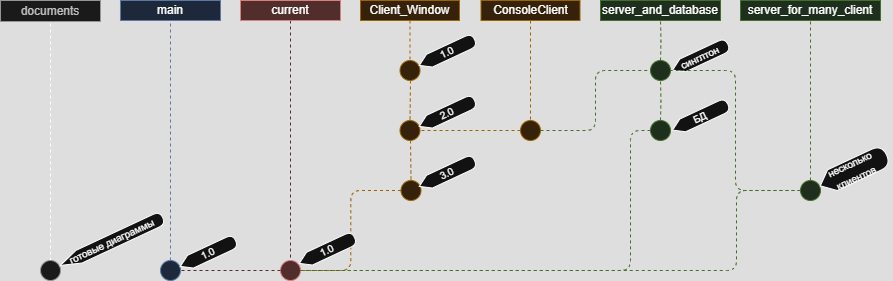
Above: Gitflow диаграмма.drawio.png in Mark-Lender-241-3211/MyTeamProject (draw.io), before the change. Source tidied: cells renumbered, new cells last; positions are measured from the earlier drawing's top-left corner, leaving out a move shared by most shapes.
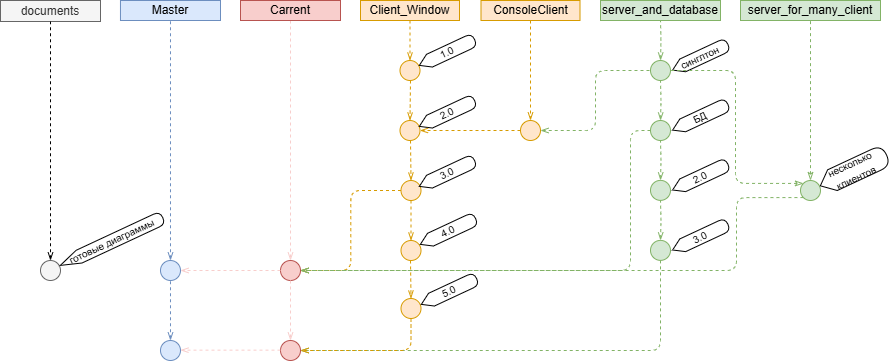
Later version of the same file.

Commit message:
Актуализировал структуру веток

Change to the diagram source:
```diff
@@ -2,25 +2,25 @@
   <root>
     <mxCell id="0" />
     <mxCell id="1" parent="0" />
-    <mxCell id="2" style="endArrow=none;dashed=1;html=1;fillColor=#dae8fc;strokeColor=#6c8ebf;exitX=0.5;exitY=0;exitDx=0;exitDy=0;" parent="1" edge="1" source="3" target="4">
+    <mxCell id="2" style="endArrow=none;dashed=1;html=1;fillColor=#dae8fc;strokeColor=#6c8ebf;exitX=0.5;exitY=0;exitDx=0;exitDy=0;endFill=0;startArrow=openThin;startFill=0;" parent="1" edge="1" source="3" target="4">
       <mxGeometry relative="1" as="geometry" />
     </mxCell>
     <mxCell id="3" style="ellipse;whiteSpace=wrap;html=1;fillColor=#dae8fc;strokeColor=#6c8ebf;fontStyle=1;labelPosition=right;verticalLabelPosition=top;align=center;verticalAlign=bottom;fontColor=#0066CC;" parent="1" vertex="1">
       <mxGeometry x="160" y="260" width="20" height="20" as="geometry" />
     </mxCell>
-    <mxCell id="4" value="main" style="text;html=1;strokeColor=#6c8ebf;fillColor=#dae8fc;align=center;verticalAlign=middle;whiteSpace=wrap;rounded=0;" parent="1" vertex="1">
+    <mxCell id="4" value="Master" style="text;html=1;strokeColor=#6c8ebf;fillColor=#dae8fc;align=center;verticalAlign=middle;whiteSpace=wrap;rounded=0;" parent="1" vertex="1">
       <mxGeometry x="120" width="100" height="20" as="geometry" />
     </mxCell>
     <mxCell id="5" style="ellipse;whiteSpace=wrap;html=1;fillColor=#f8cecc;strokeColor=#b85450;" parent="1" vertex="1">
       <mxGeometry x="280" y="260" width="20" height="20" as="geometry" />
     </mxCell>
-    <mxCell id="6" style="endArrow=none;dashed=1;html=1;fillColor=#dae8fc;strokeColor=#f8cecc;exitX=0.5;exitY=1;exitDx=0;exitDy=0;" parent="1" edge="1" source="7" target="5">
+    <mxCell id="6" style="endArrow=openThin;dashed=1;html=1;fillColor=#dae8fc;strokeColor=#f8cecc;exitX=0.5;exitY=1;exitDx=0;exitDy=0;endFill=0;" parent="1" edge="1" source="7" target="5">
       <mxGeometry relative="1" as="geometry" />
     </mxCell>
-    <mxCell id="7" value="current" style="text;html=1;strokeColor=#b85450;fillColor=#f8cecc;align=center;verticalAlign=middle;whiteSpace=wrap;rounded=0;" parent="1" vertex="1">
+    <mxCell id="7" value="Carrent" style="text;html=1;strokeColor=#b85450;fillColor=#f8cecc;align=center;verticalAlign=middle;whiteSpace=wrap;rounded=0;" parent="1" vertex="1">
       <mxGeometry x="240" width="100" height="20" as="geometry" />
     </mxCell>
-    <mxCell id="8" style="edgeStyle=orthogonalEdgeStyle;rounded=1;jettySize=auto;html=1;dashed=1;endArrow=none;endFill=0;fillColor=#d5e8d4;strokeColor=#82b366;" parent="1" edge="1" target="9">
+    <mxCell id="8" style="edgeStyle=orthogonalEdgeStyle;rounded=1;jettySize=auto;html=1;dashed=1;endArrow=none;endFill=0;fillColor=#d5e8d4;strokeColor=#82b366;startFill=0;startArrow=openThin;" parent="1" edge="1" target="9">
       <mxGeometry relative="1" as="geometry">
         <mxPoint x="660" y="60" as="sourcePoint" />
       </mxGeometry>
@@ -31,7 +31,7 @@
     <mxCell id="10" style="ellipse;whiteSpace=wrap;html=1;fontSize=10;labelPosition=right;verticalLabelPosition=top;align=centrt;verticalAlign=bottom;fillColor=#ffe6cc;strokeColor=#d79b00;fontColor=#FFB570;" parent="1" vertex="1">
       <mxGeometry x="399.5" y="60" width="20" height="20" as="geometry" />
     </mxCell>
-    <mxCell id="11" style="endArrow=none;dashed=1;html=1;fillColor=#dae8fc;strokeColor=#d79b00;exitX=0.5;exitY=1;exitDx=0;exitDy=0;" parent="1" edge="1" source="12" target="10">
+    <mxCell id="11" style="endArrow=openThin;dashed=1;html=1;fillColor=#dae8fc;strokeColor=#d79b00;exitX=0.5;exitY=1;exitDx=0;exitDy=0;endFill=0;" parent="1" edge="1" source="12" target="10">
       <mxGeometry relative="1" as="geometry" />
     </mxCell>
     <mxCell id="12" value="Client_Window" style="text;html=1;strokeColor=#d79b00;fillColor=#ffe6cc;align=center;verticalAlign=middle;whiteSpace=wrap;rounded=0;fontSize=12;" parent="1" vertex="1">
@@ -46,7 +46,7 @@
     <mxCell id="15" value="ConsoleClient" style="text;html=1;strokeColor=#d79b00;fillColor=#ffe6cc;align=center;verticalAlign=middle;whiteSpace=wrap;rounded=0;fontSize=12;" parent="1" vertex="1">
       <mxGeometry x="480.5" width="99" height="20" as="geometry" />
     </mxCell>
-    <mxCell id="16" style="edgeStyle=orthogonalEdgeStyle;rounded=1;jettySize=auto;html=1;dashed=1;endArrow=none;endFill=0;" parent="1" edge="1" source="17" target="14">
+    <mxCell id="16" style="edgeStyle=orthogonalEdgeStyle;rounded=1;jettySize=auto;html=1;dashed=1;endArrow=none;endFill=0;startArrow=openThin;startFill=0;" parent="1" edge="1" source="17" target="14">
       <mxGeometry relative="1" as="geometry" />
     </mxCell>
     <mxCell id="17" style="ellipse;whiteSpace=wrap;html=1;fontSize=10;fontColor=#333333;fillColor=#f5f5f5;strokeColor=#666666;" parent="1" vertex="1">
@@ -55,10 +55,10 @@
     <mxCell id="18" style="ellipse;whiteSpace=wrap;html=1;fontSize=10;labelPosition=right;verticalLabelPosition=top;align=center;verticalAlign=bottom;fillColor=#ffe6cc;strokeColor=#d79b00;fontColor=#FFB570;" parent="1" vertex="1">
       <mxGeometry x="520" y="120" width="20" height="20" as="geometry" />
     </mxCell>
-    <mxCell id="19" style="endArrow=none;dashed=1;html=1;fillColor=#dae8fc;strokeColor=#d79b00;exitX=0.5;exitY=1;exitDx=0;exitDy=0;" parent="1" edge="1" source="15" target="18">
+    <mxCell id="19" style="endArrow=openThin;dashed=1;html=1;fillColor=#dae8fc;strokeColor=#d79b00;exitX=0.5;exitY=1;exitDx=0;exitDy=0;endFill=0;" parent="1" edge="1" source="15" target="18">
       <mxGeometry relative="1" as="geometry" />
     </mxCell>
-    <mxCell id="20" style="edgeStyle=orthogonalEdgeStyle;rounded=1;jettySize=auto;html=1;dashed=1;endArrow=none;endFill=0;fillColor=#d5e8d4;strokeColor=#82b366;entryX=0.5;entryY=1;entryDx=0;entryDy=0;exitX=0.5;exitY=0;exitDx=0;exitDy=0;" parent="1" edge="1" source="22" target="13">
+    <mxCell id="20" style="edgeStyle=orthogonalEdgeStyle;rounded=1;jettySize=auto;html=1;dashed=1;endArrow=none;endFill=0;fillColor=#d5e8d4;strokeColor=#82b366;entryX=0.5;entryY=1;entryDx=0;entryDy=0;exitX=0.5;exitY=0;exitDx=0;exitDy=0;startArrow=classicThin;startFill=0;" parent="1" edge="1" source="22" target="13">
       <mxGeometry relative="1" as="geometry" />
     </mxCell>
     <mxCell id="21" style="ellipse;whiteSpace=wrap;html=1;fontSize=10;labelPosition=right;verticalLabelPosition=top;align=center;verticalAlign=bottom;fillColor=#d5e8d4;strokeColor=#82b366;fontColor=#82b366;" parent="1" vertex="1">
@@ -76,7 +76,7 @@
     <mxCell id="25" style="ellipse;whiteSpace=wrap;html=1;fontSize=10;labelPosition=right;verticalLabelPosition=top;align=centrt;verticalAlign=bottom;fillColor=#ffe6cc;strokeColor=#d79b00;fontColor=#FFB570;" parent="1" vertex="1">
       <mxGeometry x="399.5" y="120" width="20" height="20" as="geometry" />
     </mxCell>
-    <mxCell id="26" style="endArrow=none;dashed=1;html=1;fillColor=#dae8fc;strokeColor=#d79b00;exitX=0.5;exitY=1;exitDx=0;exitDy=0;" parent="1" edge="1" target="25">
+    <mxCell id="26" style="endArrow=openThin;dashed=1;html=1;fillColor=#dae8fc;strokeColor=#d79b00;exitX=0.5;exitY=1;exitDx=0;exitDy=0;endFill=0;" parent="1" edge="1" target="25">
       <mxGeometry relative="1" as="geometry">
         <mxPoint x="410" y="80" as="sourcePoint" />
       </mxGeometry>
@@ -84,7 +84,7 @@
     <mxCell id="27" style="ellipse;whiteSpace=wrap;html=1;fontSize=10;labelPosition=right;verticalLabelPosition=top;align=centrt;verticalAlign=bottom;fillColor=#ffe6cc;strokeColor=#d79b00;fontColor=#FFB570;" parent="1" vertex="1">
       <mxGeometry x="400.5" y="180" width="20" height="20" as="geometry" />
     </mxCell>
-    <mxCell id="28" style="endArrow=none;dashed=1;html=1;fillColor=#dae8fc;strokeColor=#d79b00;exitX=0.5;exitY=1;exitDx=0;exitDy=0;edgeStyle=orthogonalEdgeStyle;" parent="1" edge="1" target="27">
+    <mxCell id="28" style="endArrow=openThin;dashed=1;html=1;fillColor=#dae8fc;strokeColor=#d79b00;exitX=0.5;exitY=1;exitDx=0;exitDy=0;edgeStyle=orthogonalEdgeStyle;endFill=0;" parent="1" edge="1" target="27">
       <mxGeometry relative="1" as="geometry">
         <mxPoint x="410" y="140" as="sourcePoint" />
       </mxGeometry>
@@ -95,7 +95,7 @@
     <mxCell id="30" value="&lt;font style=&quot;font-size: 10px;&quot;&gt;3.0&lt;br&gt;&lt;/font&gt;" style="shape=display;whiteSpace=wrap;html=1;rotation=-25;size=0.18278688524590314;" parent="1" vertex="1">
       <mxGeometry x="416" y="166" width="61" height="14" as="geometry" />
     </mxCell>
-    <mxCell id="31" style="edgeStyle=orthogonalEdgeStyle;rounded=1;orthogonalLoop=1;jettySize=auto;html=1;dashed=1;endArrow=none;endFill=0;fillColor=#d5e8d4;strokeColor=#82b366;" parent="1" edge="1">
+    <mxCell id="31" style="edgeStyle=orthogonalEdgeStyle;rounded=1;orthogonalLoop=1;jettySize=auto;html=1;dashed=1;endArrow=none;endFill=0;fillColor=#d5e8d4;strokeColor=#82b366;startFill=0;startArrow=openThin;" parent="1" edge="1">
       <mxGeometry relative="1" as="geometry">
         <mxPoint x="660" y="120" as="sourcePoint" />
         <mxPoint x="660" y="80" as="targetPoint" />
@@ -107,24 +107,24 @@
     <mxCell id="33" value="&lt;font style=&quot;font-size: 10px;&quot;&gt;БД&lt;/font&gt;" style="shape=display;whiteSpace=wrap;html=1;rotation=-25;size=0.18278688524590314;" parent="1" vertex="1">
       <mxGeometry x="669.3" y="109.7" width="61" height="14" as="geometry" />
     </mxCell>
-    <mxCell id="34" style="edgeStyle=orthogonalEdgeStyle;rounded=1;jettySize=auto;html=1;dashed=1;endArrow=none;endFill=0;fillColor=#d5e8d4;strokeColor=#82b366;entryX=1;entryY=0.5;entryDx=0;entryDy=0;exitX=0;exitY=0.5;exitDx=0;exitDy=0;" parent="1" edge="1" source="22" target="21">
+    <mxCell id="34" style="edgeStyle=orthogonalEdgeStyle;rounded=1;jettySize=auto;html=1;dashed=1;endArrow=none;endFill=0;fillColor=#d5e8d4;strokeColor=#82b366;entryX=1;entryY=0.5;entryDx=0;entryDy=0;exitX=0;exitY=0;exitDx=0;exitDy=0;startArrow=classicThin;startFill=0;" parent="1" edge="1" source="22" target="21">
       <mxGeometry relative="1" as="geometry" />
     </mxCell>
     <mxCell id="35" value="&lt;font style=&quot;font-size: 10px;&quot;&gt;несколько клиентов&lt;/font&gt;" style="shape=display;whiteSpace=wrap;html=1;rotation=-25;size=0.18278688524590314;" parent="1" vertex="1">
       <mxGeometry x="816.4" y="158.5" width="73" height="22.8" as="geometry" />
     </mxCell>
-    <mxCell id="36" style="endArrow=none;dashed=1;html=1;fillColor=#dae8fc;strokeColor=#d79b00;exitX=0;exitY=0.5;exitDx=0;exitDy=0;edgeStyle=orthogonalEdgeStyle;entryX=1;entryY=0.5;entryDx=0;entryDy=0;" parent="1" edge="1" source="27" target="5">
+    <mxCell id="36" style="endArrow=openThin;dashed=1;html=1;fillColor=#dae8fc;strokeColor=#d79b00;exitX=0;exitY=0.5;exitDx=0;exitDy=0;edgeStyle=orthogonalEdgeStyle;entryX=1;entryY=0.5;entryDx=0;entryDy=0;endFill=0;" parent="1" edge="1" source="27" target="5">
       <mxGeometry relative="1" as="geometry" />
     </mxCell>
-    <mxCell id="37" style="edgeStyle=orthogonalEdgeStyle;rounded=1;jettySize=auto;html=1;dashed=1;endArrow=none;endFill=0;fillColor=#d5e8d4;strokeColor=#82b366;entryX=1;entryY=0.5;entryDx=0;entryDy=0;exitX=0;exitY=0.5;exitDx=0;exitDy=0;" parent="1" edge="1" source="22" target="5">
+    <mxCell id="37" style="edgeStyle=orthogonalEdgeStyle;rounded=1;jettySize=auto;html=1;dashed=1;endArrow=openThin;endFill=0;fillColor=#d5e8d4;strokeColor=#82b366;entryX=1;entryY=0.5;entryDx=0;entryDy=0;exitX=0;exitY=1;exitDx=0;exitDy=0;" parent="1" edge="1" source="22" target="5">
       <mxGeometry relative="1" as="geometry">
         <Array as="points">
-          <mxPoint x="736" y="190" />
+          <mxPoint x="736" y="197" />
           <mxPoint x="736" y="270" />
         </Array>
       </mxGeometry>
     </mxCell>
-    <mxCell id="38" style="edgeStyle=orthogonalEdgeStyle;rounded=1;jettySize=auto;html=1;dashed=1;endArrow=none;endFill=0;fillColor=#d5e8d4;strokeColor=#82b366;entryX=1;entryY=0.5;entryDx=0;entryDy=0;exitX=0;exitY=0.5;exitDx=0;exitDy=0;" parent="1" edge="1" source="32" target="5">
+    <mxCell id="38" style="edgeStyle=orthogonalEdgeStyle;rounded=1;jettySize=auto;html=1;dashed=1;endArrow=openThin;endFill=0;fillColor=#d5e8d4;strokeColor=#82b366;entryX=1;entryY=0.5;entryDx=0;entryDy=0;exitX=0;exitY=0.5;exitDx=0;exitDy=0;" parent="1" edge="1" source="32" target="5">
       <mxGeometry relative="1" as="geometry">
         <Array as="points">
           <mxPoint x="630" y="130" />
@@ -132,23 +132,94 @@
         </Array>
       </mxGeometry>
     </mxCell>
-    <mxCell id="39" value="&lt;font style=&quot;font-size: 10px;&quot;&gt;1.0&lt;br&gt;&lt;/font&gt;" style="shape=display;whiteSpace=wrap;html=1;rotation=-25;size=0.18278688524590314;" parent="1" vertex="1">
-      <mxGeometry x="296" y="243" width="61" height="14" as="geometry" />
-    </mxCell>
-    <mxCell id="40" value="&lt;font style=&quot;font-size: 10px;&quot;&gt;1.0&lt;br&gt;&lt;/font&gt;" style="shape=display;whiteSpace=wrap;html=1;rotation=-25;size=0.18278688524590314;" parent="1" vertex="1">
-      <mxGeometry x="177" y="246" width="61" height="14" as="geometry" />
-    </mxCell>
-    <mxCell id="41" style="endArrow=none;dashed=1;html=1;fillColor=#dae8fc;strokeColor=#f8cecc;exitX=0;exitY=0.5;exitDx=0;exitDy=0;entryX=1;entryY=0.5;entryDx=0;entryDy=0;" parent="1" edge="1" source="5" target="3">
+    <mxCell id="41" style="endArrow=openThin;dashed=1;html=1;fillColor=#dae8fc;strokeColor=#f8cecc;exitX=0;exitY=0.5;exitDx=0;exitDy=0;entryX=1;entryY=0.5;entryDx=0;entryDy=0;endFill=0;" parent="1" edge="1" source="5" target="3">
       <mxGeometry relative="1" as="geometry" />
     </mxCell>
     <mxCell id="42" value="&lt;font style=&quot;font-size: 10px;&quot;&gt;готовые диаграммы&lt;br&gt;&lt;/font&gt;" style="shape=display;whiteSpace=wrap;html=1;rotation=-25;size=0.18278688524590314;" parent="1" vertex="1">
       <mxGeometry x="54.6" y="234" width="113" height="14" as="geometry" />
     </mxCell>
-    <mxCell id="43" style="edgeStyle=orthogonalEdgeStyle;rounded=1;jettySize=auto;html=1;dashed=1;endArrow=none;endFill=0;fillColor=#d5e8d4;strokeColor=#82b366;entryX=0;entryY=0.5;entryDx=0;entryDy=0;exitX=1;exitY=0.5;exitDx=0;exitDy=0;" parent="1" edge="1" source="18" target="21">
+    <mxCell id="43" style="edgeStyle=orthogonalEdgeStyle;rounded=1;jettySize=auto;html=1;dashed=1;endArrow=none;endFill=0;fillColor=#d5e8d4;strokeColor=#82b366;entryX=0;entryY=0.5;entryDx=0;entryDy=0;exitX=1;exitY=0.5;exitDx=0;exitDy=0;startArrow=openThin;startFill=0;" parent="1" edge="1" source="18" target="21">
       <mxGeometry relative="1" as="geometry" />
     </mxCell>
-    <mxCell id="44" style="endArrow=none;dashed=1;html=1;fillColor=#dae8fc;strokeColor=#d79b00;entryX=1;entryY=0.5;entryDx=0;entryDy=0;exitX=0;exitY=0.5;exitDx=0;exitDy=0;" parent="1" edge="1" source="18" target="25">
+    <mxCell id="44" style="endArrow=openThin;dashed=1;html=1;fillColor=#dae8fc;strokeColor=#d79b00;entryX=1;entryY=0.5;entryDx=0;entryDy=0;exitX=0;exitY=0.5;exitDx=0;exitDy=0;endFill=0;" parent="1" edge="1" source="18" target="25">
       <mxGeometry relative="1" as="geometry" />
     </mxCell>
+    <mxCell id="45" style="ellipse;whiteSpace=wrap;html=1;fontSize=10;labelPosition=right;verticalLabelPosition=top;align=centrt;verticalAlign=bottom;fillColor=#ffe6cc;strokeColor=#d79b00;fontColor=#FFB570;" parent="1" vertex="1">
+      <mxGeometry x="400.5" y="240" width="20" height="20" as="geometry" />
+    </mxCell>
+    <mxCell id="46" style="endArrow=openThin;dashed=1;html=1;fillColor=#dae8fc;strokeColor=#d79b00;exitX=0.5;exitY=1;exitDx=0;exitDy=0;edgeStyle=orthogonalEdgeStyle;entryX=0.5;entryY=0;entryDx=0;entryDy=0;endFill=0;" parent="1" edge="1" source="27" target="45">
+      <mxGeometry relative="1" as="geometry" />
+    </mxCell>
+    <mxCell id="47" value="&lt;font style=&quot;font-size: 10px;&quot;&gt;4.0&lt;br&gt;&lt;/font&gt;" style="shape=display;whiteSpace=wrap;html=1;rotation=-25;size=0.18278688524590314;" parent="1" vertex="1">
+      <mxGeometry x="417" y="224" width="61" height="14" as="geometry" />
+    </mxCell>
+    <mxCell id="48" style="ellipse;whiteSpace=wrap;html=1;fontSize=10;labelPosition=right;verticalLabelPosition=top;align=centrt;verticalAlign=bottom;fillColor=#ffe6cc;strokeColor=#d79b00;fontColor=#FFB570;" parent="1" vertex="1">
+      <mxGeometry x="400.5" y="298" width="20" height="20" as="geometry" />
+    </mxCell>
+    <mxCell id="49" style="endArrow=openThin;dashed=1;html=1;fillColor=#dae8fc;strokeColor=#d79b00;exitX=0.5;exitY=1;exitDx=0;exitDy=0;edgeStyle=orthogonalEdgeStyle;entryX=0.5;entryY=0;entryDx=0;entryDy=0;endFill=0;" parent="1" edge="1" target="48">
+      <mxGeometry relative="1" as="geometry">
+        <mxPoint x="410" y="260" as="sourcePoint" />
+      </mxGeometry>
+    </mxCell>
+    <mxCell id="50" value="&lt;font style=&quot;font-size: 10px;&quot;&gt;5.0&lt;br&gt;&lt;/font&gt;" style="shape=display;whiteSpace=wrap;html=1;rotation=-25;size=0.18278688524590314;" parent="1" vertex="1">
+      <mxGeometry x="418" y="284" width="61" height="14" as="geometry" />
+    </mxCell>
+    <mxCell id="51" style="edgeStyle=orthogonalEdgeStyle;rounded=1;orthogonalLoop=1;jettySize=auto;html=1;dashed=1;endArrow=none;endFill=0;fillColor=#d5e8d4;strokeColor=#82b366;startFill=0;startArrow=openThin;" parent="1" edge="1">
+      <mxGeometry relative="1" as="geometry">
+        <mxPoint x="660" y="179.9" as="sourcePoint" />
+        <mxPoint x="660" y="139.9" as="targetPoint" />
+      </mxGeometry>
+    </mxCell>
+    <mxCell id="52" style="ellipse;whiteSpace=wrap;html=1;fontSize=10;labelPosition=right;verticalLabelPosition=top;align=center;verticalAlign=bottom;fillColor=#d5e8d4;strokeColor=#82b366;fontColor=#82b366;" parent="1" vertex="1">
+      <mxGeometry x="650" y="179.9" width="20" height="20" as="geometry" />
+    </mxCell>
+    <mxCell id="53" value="&lt;font style=&quot;font-size: 10px;&quot;&gt;2.0&lt;/font&gt;" style="shape=display;whiteSpace=wrap;html=1;rotation=-25;size=0.18278688524590314;" parent="1" vertex="1">
+      <mxGeometry x="669.3" y="169.6" width="61" height="14" as="geometry" />
+    </mxCell>
+    <mxCell id="54" style="edgeStyle=orthogonalEdgeStyle;rounded=1;orthogonalLoop=1;jettySize=auto;html=1;dashed=1;endArrow=none;endFill=0;fillColor=#d5e8d4;strokeColor=#82b366;startFill=0;startArrow=openThin;" parent="1" edge="1">
+      <mxGeometry relative="1" as="geometry">
+        <mxPoint x="660" y="239.9" as="sourcePoint" />
+        <mxPoint x="660" y="199.9" as="targetPoint" />
+      </mxGeometry>
+    </mxCell>
+    <mxCell id="55" style="ellipse;whiteSpace=wrap;html=1;fontSize=10;labelPosition=right;verticalLabelPosition=top;align=center;verticalAlign=bottom;fillColor=#d5e8d4;strokeColor=#82b366;fontColor=#82b366;" parent="1" vertex="1">
+      <mxGeometry x="650" y="239.9" width="20" height="20" as="geometry" />
+    </mxCell>
+    <mxCell id="56" value="&lt;font style=&quot;font-size: 10px;&quot;&gt;3.0&lt;/font&gt;" style="shape=display;whiteSpace=wrap;html=1;rotation=-25;size=0.18278688524590314;" parent="1" vertex="1">
+      <mxGeometry x="669.3" y="229.6" width="61" height="14" as="geometry" />
+    </mxCell>
+    <mxCell id="57" style="ellipse;whiteSpace=wrap;html=1;fillColor=#f8cecc;strokeColor=#b85450;" parent="1" vertex="1">
+      <mxGeometry x="280" y="340" width="20" height="20" as="geometry" />
+    </mxCell>
+    <mxCell id="58" style="endArrow=openThin;dashed=1;html=1;fillColor=#dae8fc;strokeColor=#f8cecc;endFill=0;" parent="1" edge="1" target="57">
+      <mxGeometry relative="1" as="geometry">
+        <mxPoint x="290" y="280" as="sourcePoint" />
+      </mxGeometry>
+    </mxCell>
+    <mxCell id="59" style="endArrow=none;dashed=1;html=1;fillColor=#dae8fc;strokeColor=#6c8ebf;exitX=0.5;exitY=0;exitDx=0;exitDy=0;endFill=0;startArrow=openThin;startFill=0;" parent="1" edge="1" source="60">
+      <mxGeometry relative="1" as="geometry">
+        <mxPoint x="170" y="280" as="targetPoint" />
+      </mxGeometry>
+    </mxCell>
+    <mxCell id="60" style="ellipse;whiteSpace=wrap;html=1;fillColor=#dae8fc;strokeColor=#6c8ebf;fontStyle=1;labelPosition=right;verticalLabelPosition=top;align=center;verticalAlign=bottom;fontColor=#0066CC;" parent="1" vertex="1">
+      <mxGeometry x="160" y="340" width="20" height="20" as="geometry" />
+    </mxCell>
+    <mxCell id="61" style="edgeStyle=orthogonalEdgeStyle;rounded=1;jettySize=auto;html=1;dashed=1;endArrow=openThin;endFill=0;fillColor=#d5e8d4;strokeColor=#82b366;exitX=0.5;exitY=1;exitDx=0;exitDy=0;" parent="1" edge="1" source="55">
+      <mxGeometry relative="1" as="geometry">
+        <mxPoint x="300" y="350" as="targetPoint" />
+        <Array as="points">
+          <mxPoint x="660" y="350" />
+        </Array>
+      </mxGeometry>
+    </mxCell>
+    <mxCell id="62" style="endArrow=openThin;dashed=1;html=1;fillColor=#dae8fc;strokeColor=#d79b00;exitX=0.5;exitY=1;exitDx=0;exitDy=0;edgeStyle=orthogonalEdgeStyle;entryX=1;entryY=0.5;entryDx=0;entryDy=0;endFill=0;" parent="1" edge="1" source="48" target="57">
+      <mxGeometry relative="1" as="geometry" />
+    </mxCell>
+    <mxCell id="63" style="endArrow=openThin;dashed=1;html=1;fillColor=#dae8fc;strokeColor=#f8cecc;exitX=0;exitY=0.5;exitDx=0;exitDy=0;entryX=1;entryY=0.5;entryDx=0;entryDy=0;endFill=0;" parent="1" edge="1">
+      <mxGeometry relative="1" as="geometry">
+        <mxPoint x="280" y="349.7" as="sourcePoint" />
+        <mxPoint x="180" y="349.7" as="targetPoint" />
+      </mxGeometry>
+    </mxCell>
   </root>
 </mxGraphModel>
```
